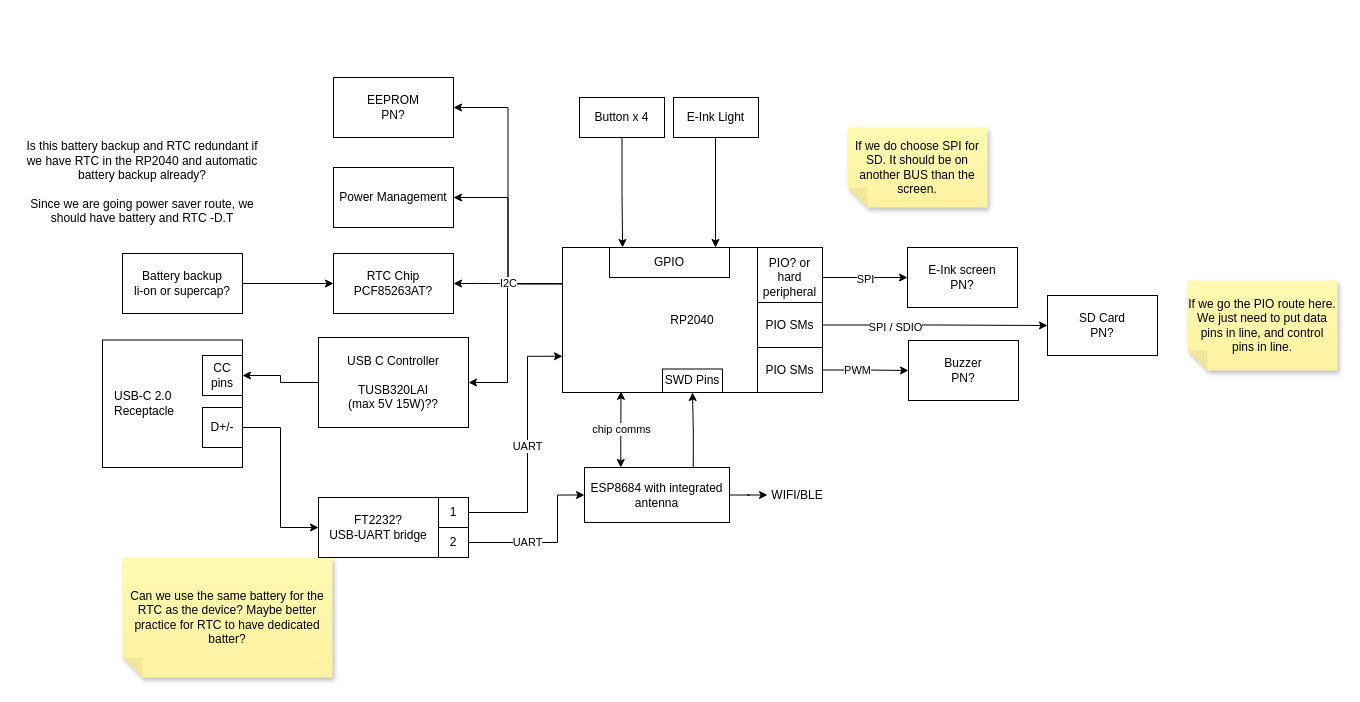
This is page "Data Path" (1 of 2) of hw_architecture/alarm_clk_blk.drawio from DawsonTheroux/alarm_clock, a draw.io file, before an edit. Source tidied: cells renumbered, new cells numbered last; positions are measured from the earlier drawing's top-left corner, leaving out a move shared by most shapes. Both pictures are drawn from the tidied source at 100%, with x=0, y=0 at pixel (17, 77).
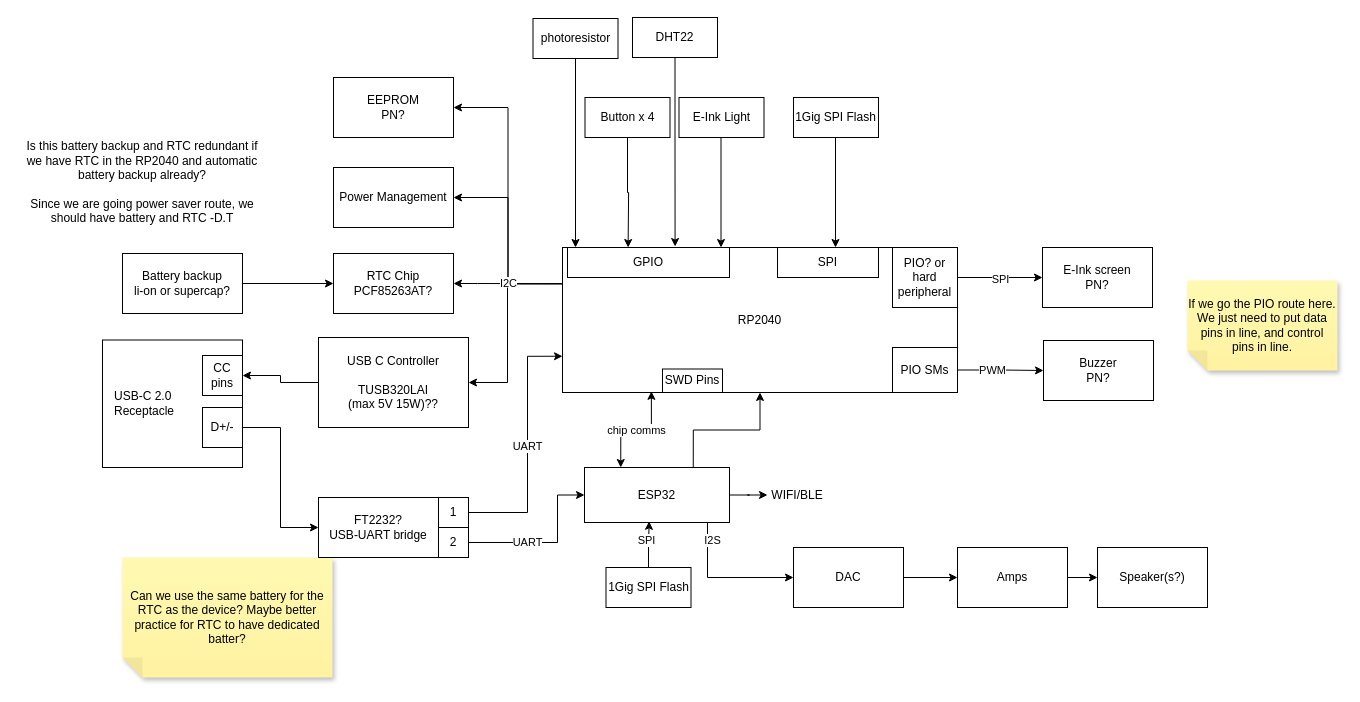
After the change.

Commit message:
esp32 w i2s and spi flash changes

What changed in the source:
```diff
@@
     <mxCell id="7" value="&lt;div style=&quot;text-align: justify;&quot;&gt;&lt;span style=&quot;background-color: initial;&quot;&gt;RP2040&lt;/span&gt;&lt;/div&gt;" style="rounded=0;whiteSpace=wrap;html=1;" parent="1" vertex="1">
-      <mxGeometry x="545" y="170" width="260" height="145" as="geometry" />
+      <mxGeometry x="545" y="170" width="395" height="145" as="geometry" />
     </mxCell>
@@
+    <mxCell id="51" style="edgeStyle=orthogonalEdgeStyle;rounded=0;jettySize=auto;html=1;entryX=0;entryY=0.5;entryDx=0;entryDy=0;" parent="1" edge="1" source="10" target="64">
+      <mxGeometry relative="1" as="geometry">
+        <Array as="points">
+          <mxPoint x="690" y="500" />
+        </Array>
+      </mxGeometry>
+    </mxCell>
+    <mxCell id="52" value="I2S" style="edgeLabel;html=1;align=center;verticalAlign=middle;" parent="51" vertex="1">
+      <mxGeometry x="-0.76" y="4" relative="1" as="geometry" />
+    </mxCell>
-    <mxCell id="10" value="&lt;div style=&quot;&quot;&gt;&lt;span style=&quot;background-color: initial;&quot;&gt;ESP8684 with integrated antenna&lt;/span&gt;&lt;/div&gt;" style="rounded=0;whiteSpace=wrap;html=1;align=center;" parent="1" vertex="1">
+    <mxCell id="10" value="&lt;div style=&quot;&quot;&gt;&lt;span style=&quot;background-color: initial;&quot;&gt;ESP32&lt;/span&gt;&lt;/div&gt;" style="rounded=0;whiteSpace=wrap;html=1;align=center;" parent="1" vertex="1">
       <mxGeometry x="567" y="390" width="145" height="55" as="geometry" />
     </mxCell>
@@
     <mxCell id="17" value="E-Ink screen&lt;br&gt;PN?" style="rounded=0;whiteSpace=wrap;html=1;" parent="1" vertex="1">
-      <mxGeometry x="890" y="170" width="110" height="60" as="geometry" />
+      <mxGeometry x="1025" y="170" width="110" height="60" as="geometry" />
     </mxCell>
@@
     <mxCell id="21" value="PIO SMs" style="rounded=0;whiteSpace=wrap;html=1;" parent="1" vertex="1">
-      <mxGeometry x="740" y="270" width="65" height="45" as="geometry" />
+      <mxGeometry x="875" y="270" width="65" height="45" as="geometry" />
     </mxCell>
@@
     <mxCell id="24" value="PIO? or hard peripheral" style="rounded=0;whiteSpace=wrap;html=1;" parent="1" vertex="1">
-      <mxGeometry x="740" y="170" width="65" height="60" as="geometry" />
+      <mxGeometry x="875" y="170" width="65" height="60" as="geometry" />
     </mxCell>
     <mxCell id="25" value="Buzzer&lt;br&gt;PN?" style="rounded=0;whiteSpace=wrap;html=1;" parent="1" vertex="1">
-      <mxGeometry x="891" y="263" width="110" height="60" as="geometry" />
+      <mxGeometry x="1026" y="263" width="110" height="60" as="geometry" />
     </mxCell>
@@
-    <mxCell id="27" style="edgeStyle=orthogonalEdgeStyle;rounded=0;jettySize=auto;html=1;entryX=0.231;entryY=0;entryDx=0;entryDy=0;entryPerimeter=0;" parent="1" edge="1" source="28" target="7">
-      <mxGeometry relative="1" as="geometry" />
+    <mxCell id="27" style="edgeStyle=orthogonalEdgeStyle;rounded=0;jettySize=auto;html=1;entryX=0.231;entryY=0;entryDx=0;entryDy=0;entryPerimeter=0;" parent="1" edge="1" source="28">
+      <mxGeometry relative="1" as="geometry">
+        <mxPoint x="610.6" y="170" as="targetPoint" />
+      </mxGeometry>
     </mxCell>
     <mxCell id="28" value="Button x 4" style="rounded=0;whiteSpace=wrap;html=1;" parent="1" vertex="1">
-      <mxGeometry x="562" y="20" width="85" height="40" as="geometry" />
+      <mxGeometry x="567.5" y="20" width="85" height="40" as="geometry" />
     </mxCell>
-    <mxCell id="29" style="edgeStyle=orthogonalEdgeStyle;rounded=0;jettySize=auto;html=1;entryX=0;entryY=0.5;entryDx=0;entryDy=0;" parent="1" edge="1" source="31" target="32">
-      <mxGeometry relative="1" as="geometry" />
-    </mxCell>
-    <mxCell id="30" value="SPI / SDIO" style="edgeLabel;html=1;align=center;verticalAlign=middle;" parent="29" vertex="1">
-      <mxGeometry x="-0.36" y="-2" relative="1" as="geometry" />
-    </mxCell>
-    <mxCell id="31" value="PIO SMs" style="rounded=0;whiteSpace=wrap;html=1;" parent="1" vertex="1">
-      <mxGeometry x="740" y="225" width="65" height="45" as="geometry" />
-    </mxCell>
-    <mxCell id="32" value="SD Card&lt;br&gt;PN?" style="rounded=0;whiteSpace=wrap;html=1;" parent="1" vertex="1">
-      <mxGeometry x="1030" y="218" width="110" height="60" as="geometry" />
-    </mxCell>
@@
     <mxCell id="37" value="GPIO" style="rounded=0;whiteSpace=wrap;html=1;" parent="1" vertex="1">
-      <mxGeometry x="592" y="170" width="120" height="30" as="geometry" />
+      <mxGeometry x="550" y="170" width="162" height="30" as="geometry" />
     </mxCell>
     <mxCell id="38" style="edgeStyle=orthogonalEdgeStyle;rounded=0;jettySize=auto;html=1;entryX=0.231;entryY=0;entryDx=0;entryDy=0;entryPerimeter=0;" parent="1" edge="1" source="39">
       <mxGeometry relative="1" as="geometry">
-        <mxPoint x="698" y="170" as="targetPoint" />
+        <mxPoint x="703.5" y="170" as="targetPoint" />
       </mxGeometry>
     </mxCell>
     <mxCell id="39" value="E-Ink Light" style="rounded=0;whiteSpace=wrap;html=1;" parent="1" vertex="1">
-      <mxGeometry x="656" y="20" width="85" height="40" as="geometry" />
+      <mxGeometry x="661.5" y="20" width="85" height="40" as="geometry" />
     </mxCell>
@@
-    <mxCell id="41" value="If we do choose SPI for SD. It should be on another BUS than the screen." style="shape=note;whiteSpace=wrap;html=1;backgroundOutline=1;fontColor=#000000;darkOpacity=0.05;fillColor=#FFF9B2;strokeColor=none;fillStyle=solid;direction=west;gradientDirection=north;gradientColor=#FFF2A1;shadow=1;size=20;" parent="1" vertex="1">
-      <mxGeometry x="830" y="50" width="140" height="80" as="geometry" />
-    </mxCell>
@@
+    <mxCell id="53" style="edgeStyle=orthogonalEdgeStyle;rounded=0;jettySize=auto;html=1;entryX=0.63;entryY=-0.033;entryDx=0;entryDy=0;entryPerimeter=0;" parent="1" edge="1" source="54">
+      <mxGeometry relative="1" as="geometry">
+        <mxPoint x="657.6" y="169" as="targetPoint" />
+      </mxGeometry>
+    </mxCell>
+    <mxCell id="54" value="DHT22" style="rounded=0;whiteSpace=wrap;html=1;" parent="1" vertex="1">
+      <mxGeometry x="615" y="-60" width="85" height="40" as="geometry" />
+    </mxCell>
+    <mxCell id="55" style="edgeStyle=orthogonalEdgeStyle;rounded=0;jettySize=auto;html=1;entryX=0.63;entryY=-0.033;entryDx=0;entryDy=0;entryPerimeter=0;" parent="1" edge="1" source="56">
+      <mxGeometry relative="1" as="geometry">
+        <mxPoint x="558" y="170" as="targetPoint" />
+      </mxGeometry>
+    </mxCell>
+    <mxCell id="56" value="photoresistor" style="rounded=0;whiteSpace=wrap;html=1;" parent="1" vertex="1">
+      <mxGeometry x="515.5" y="-59" width="85" height="40" as="geometry" />
+    </mxCell>
+    <mxCell id="57" value="SPI" style="rounded=0;whiteSpace=wrap;html=1;" parent="1" vertex="1">
+      <mxGeometry x="760" y="170" width="101" height="30" as="geometry" />
+    </mxCell>
+    <mxCell id="58" style="edgeStyle=orthogonalEdgeStyle;rounded=0;jettySize=auto;html=1;entryX=0.231;entryY=0;entryDx=0;entryDy=0;entryPerimeter=0;" parent="1" edge="1" source="59">
+      <mxGeometry relative="1" as="geometry">
+        <mxPoint x="818" y="170" as="targetPoint" />
+      </mxGeometry>
+    </mxCell>
+    <mxCell id="59" value="1Gig SPI Flash" style="rounded=0;whiteSpace=wrap;html=1;" parent="1" vertex="1">
+      <mxGeometry x="776" y="20" width="85" height="40" as="geometry" />
+    </mxCell>
+    <mxCell id="60" value="1Gig SPI Flash" style="rounded=0;whiteSpace=wrap;html=1;" parent="1" vertex="1">
+      <mxGeometry x="588.5" y="490" width="85" height="40" as="geometry" />
+    </mxCell>
+    <mxCell id="61" style="edgeStyle=orthogonalEdgeStyle;rounded=0;jettySize=auto;html=1;entryX=0.446;entryY=0.979;entryDx=0;entryDy=0;entryPerimeter=0;" parent="1" edge="1" source="60" target="10">
+      <mxGeometry relative="1" as="geometry" />
+    </mxCell>
+    <mxCell id="62" value="SPI" style="edgeLabel;html=1;align=center;verticalAlign=middle;" parent="61" vertex="1">
+      <mxGeometry x="0.18" y="3" relative="1" as="geometry" />
+    </mxCell>
+    <mxCell id="63" style="edgeStyle=orthogonalEdgeStyle;rounded=0;jettySize=auto;html=1;entryX=0;entryY=0.5;entryDx=0;entryDy=0;" parent="1" edge="1" source="64" target="66">
+      <mxGeometry relative="1" as="geometry" />
+    </mxCell>
+    <mxCell id="64" value="DAC" style="rounded=0;whiteSpace=wrap;html=1;" parent="1" vertex="1">
+      <mxGeometry x="776" y="470" width="110" height="60" as="geometry" />
+    </mxCell>
+    <mxCell id="65" style="edgeStyle=orthogonalEdgeStyle;rounded=0;jettySize=auto;html=1;entryX=0;entryY=0.5;entryDx=0;entryDy=0;" parent="1" edge="1" source="66" target="67">
+      <mxGeometry relative="1" as="geometry" />
+    </mxCell>
+    <mxCell id="66" value="Amps" style="rounded=0;whiteSpace=wrap;html=1;" parent="1" vertex="1">
+      <mxGeometry x="940" y="470" width="110" height="60" as="geometry" />
+    </mxCell>
+    <mxCell id="67" value="Speaker(s?)" style="rounded=0;whiteSpace=wrap;html=1;" parent="1" vertex="1">
+      <mxGeometry x="1080" y="470" width="110" height="60" as="geometry" />
+    </mxCell>
```
